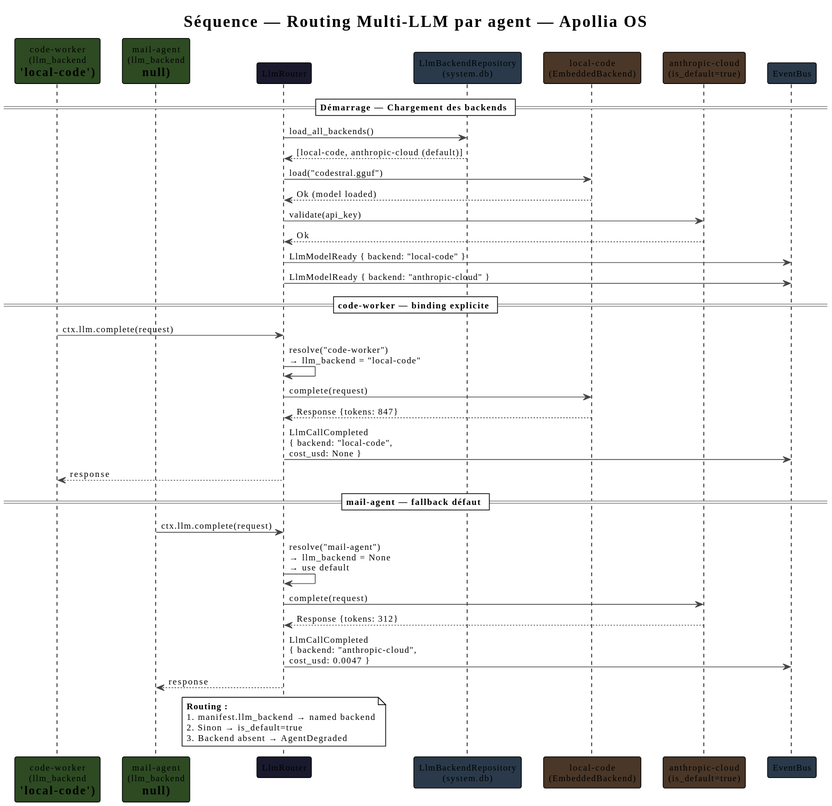
This is book/src/architecture/diagrams/seq-multi-llm-routing.svg from nidal-z/apollia-os, a PlantUML export, as it was before one commit.
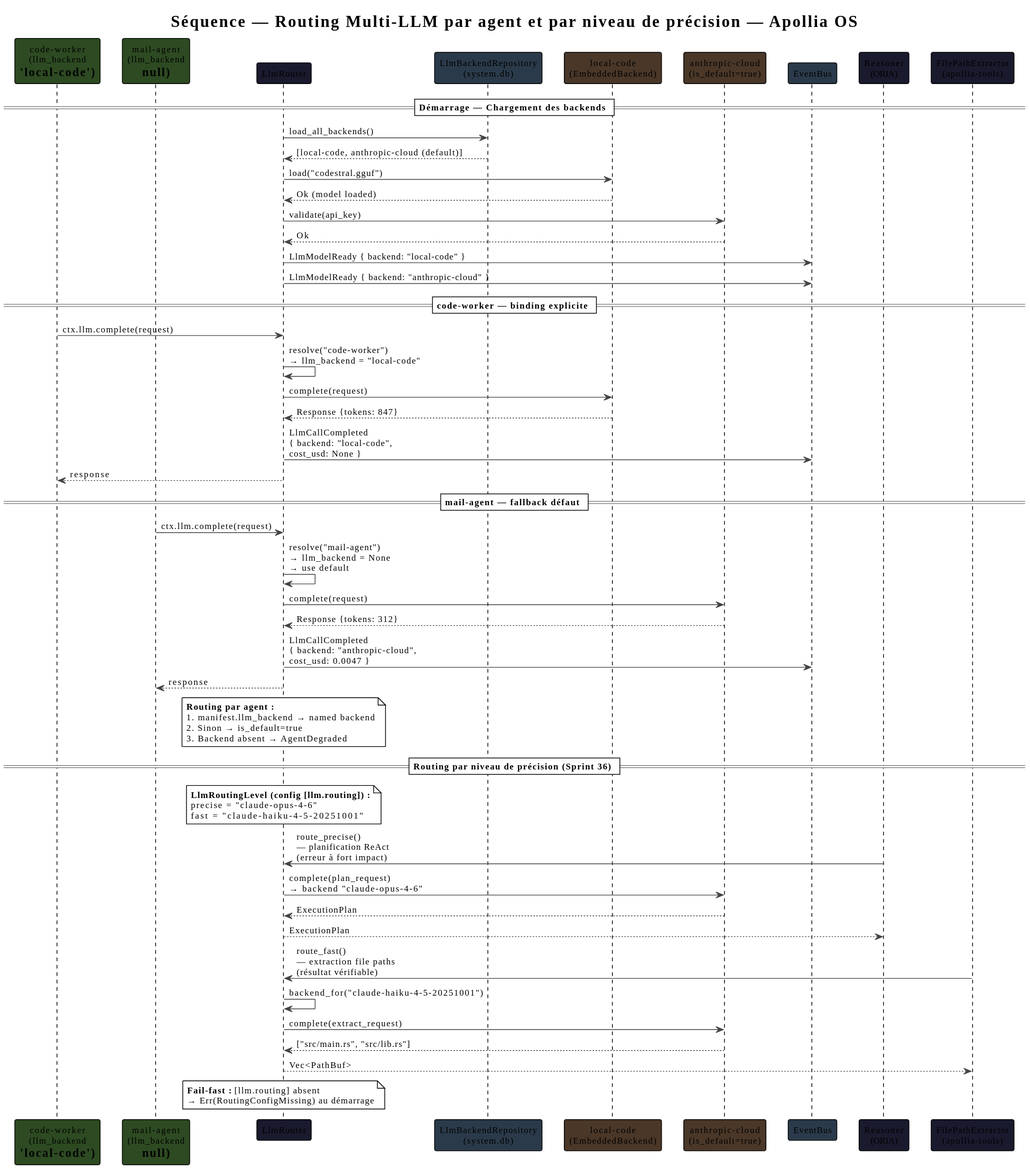
Later version of the same file.

What changed in the source:
```diff
@@ -5,7 +5,7 @@
 skinparam defaultFontSize 12
 skinparam ArrowColor #444444
 skinparam BorderColor #444444
-title Séquence — Routing Multi-LLM par agent — Apollia OS
+title Séquence — Routing Multi-LLM par agent et par niveau de précision — Apollia OS
 
 participant "code-worker\n(llm_backend\n= 'local-code')" as cw #2d4a22
 participant "mail-agent\n(llm_backend\n= null)" as ma #2d4a22
@@ -45,9 +45,36 @@
 router --> ma : response
 
 note over router
-  **Routing :**
+  **Routing par agent :**
   1. manifest.llm_backend → named backend
   2. Sinon → is_default=true
   3. Backend absent → AgentDegraded
 end note
+
+== Routing par niveau de précision (Sprint 36) ==
+
+participant "Reasoner\n(ORIA)" as reasoner #1a1a2e
+participant "FilePathExtractor\n(apollia-tools)" as fpe #1a1a2e
+
+note over router
+  **LlmRoutingLevel (config [llm.routing]) :**
+  precise = "claude-opus-4-6"
+  fast    = "claude-haiku-4-5-20251001"
+end note
+
+reasoner -> router : route_precise()\n— planification ReAct\n(erreur à fort impact)
+router -> cloud : complete(plan_request)\n→ backend "claude-opus-4-6"
+cloud --> router : ExecutionPlan
+router --> reasoner : ExecutionPlan
+
+fpe -> router : route_fast()\n— extraction file paths\n(résultat vérifiable)
+router -> router : backend_for("claude-haiku-4-5-20251001")
+router -> cloud : complete(extract_request)
+cloud --> router : ["src/main.rs", "src/lib.rs"]
+router --> fpe : Vec<PathBuf>
+
+note over router
+  **Fail-fast :** [llm.routing] absent
+  → Err(RoutingConfigMissing) au démarrage
+end note
 @enduml
```
